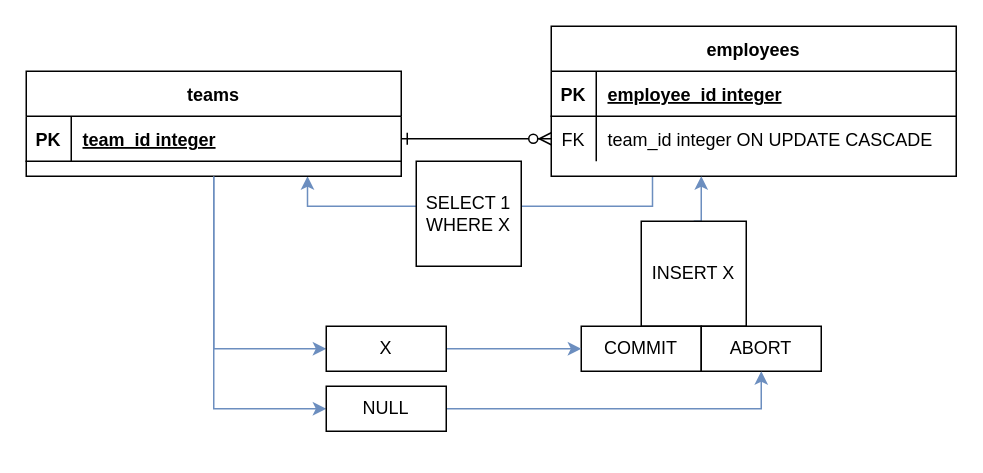
This is Restrict.drawio from mackchay/pg_FKtest, a draw.io file, before an edit. Source tidied: cells renumbered, new cells numbered last; positions are measured from the earlier drawing's top-left corner, leaving out a move shared by most shapes. Both pictures are drawn from the tidied source at 150%, with x=0, y=0 at pixel (26, 26).
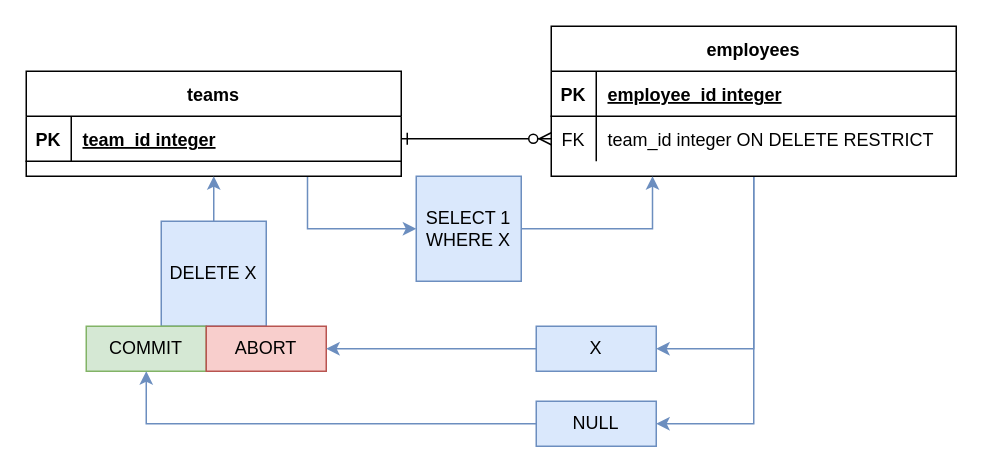
The same page after the edit.

The change refers to these unchanged cells:
```xml
<mxCell id="4" value="employees" style="shape=table;startSize=30;childLayout=tableLayout;rowLines=0;fontStyle=1;align=center;" parent="1" vertex="1">
  <mxGeometry x="350" width="270" height="100" as="geometry" />
</mxCell>
<mxCell id="5" style="shape=partialRectangle;fillColor=none;top=0;left=0;right=0;bottom=1;" parent="4" vertex="1">
  <mxGeometry y="30" width="270" height="30" as="geometry" />
</mxCell>
<mxCell id="8" style="shape=partialRectangle;fillColor=none;points=[[0,0.5],[1,0.5]];portConstraint=eastwest;top=0;left=0;right=0;bottom=0;" parent="4" vertex="1">
  <mxGeometry y="60" width="270" height="30" as="geometry" />
</mxCell>
<mxCell id="12" value="teams" style="shape=table;startSize=30;childLayout=tableLayout;rowLines=0;fontStyle=1;align=center;" parent="1" vertex="1">
  <mxGeometry y="30" width="250" height="70" as="geometry" />
</mxCell>
<mxCell id="13" style="shape=partialRectangle;fillColor=none;points=[[0,0.5],[1,0.5]];portConstraint=eastwest;top=0;left=0;right=0;bottom=1;" parent="12" vertex="1">
  <mxGeometry y="30" width="250" height="30" as="geometry" />
</mxCell>
```

Change to the diagram source:
```diff
@@
-    <mxCell id="3" style="edgeStyle=orthogonalEdgeStyle;rounded=0;jettySize=auto;html=1;exitX=0.25;exitY=1;exitDx=0;exitDy=0;entryX=0.75;entryY=1;entryDx=0;entryDy=0;fillColor=#dae8fc;strokeColor=#6c8ebf;" parent="1" edge="1" source="4" target="12">
-      <mxGeometry relative="1" as="geometry" />
-    </mxCell>
+    <mxCell id="26" style="edgeStyle=orthogonalEdgeStyle;rounded=0;jettySize=auto;html=1;exitX=0.5;exitY=1;exitDx=0;exitDy=0;entryX=1;entryY=0.5;entryDx=0;entryDy=0;fillColor=#dae8fc;strokeColor=#6c8ebf;" parent="1" edge="1" source="4" target="23">
+      <mxGeometry relative="1" as="geometry" />
+    </mxCell>
+    <mxCell id="27" style="edgeStyle=orthogonalEdgeStyle;rounded=0;jettySize=auto;html=1;exitX=0.5;exitY=1;exitDx=0;exitDy=0;entryX=1;entryY=0.5;entryDx=0;entryDy=0;fillColor=#dae8fc;strokeColor=#6c8ebf;" parent="1" edge="1" source="4" target="25">
+      <mxGeometry relative="1" as="geometry" />
+    </mxCell>
@@
-    <mxCell id="6" value="PK" style="shape=partialRectangle;overflow=hidden;fillColor=none;top=0;left=0;bottom=0;right=0;fontStyle=1;" parent="5" vertex="1">
-      <mxGeometry width="30" height="30" as="geometry" />
-    </mxCell>
+    <mxCell id="28" value="PK" style="shape=partialRectangle;overflow=hidden;fillColor=none;top=0;left=0;bottom=0;right=0;fontStyle=1;" parent="5" vertex="1">
+      <mxGeometry width="30" height="30" as="geometry" />
+    </mxCell>
@@
-    <mxCell id="10" value="team_id integer ON UPDATE CASCADE" style="shape=partialRectangle;overflow=hidden;fillColor=none;top=0;left=0;bottom=0;right=0;align=left;spacingLeft=6;" parent="8" vertex="1">
-      <mxGeometry x="30" width="240" height="30" as="geometry" />
-    </mxCell>
-    <mxCell id="11" style="edgeStyle=orthogonalEdgeStyle;rounded=0;jettySize=auto;html=1;exitX=0.5;exitY=1;exitDx=0;exitDy=0;entryX=0;entryY=0.5;entryDx=0;entryDy=0;fillColor=#dae8fc;strokeColor=#6c8ebf;" parent="1" edge="1" source="12" target="25">
-      <mxGeometry relative="1" as="geometry" />
-    </mxCell>
+    <mxCell id="29" value="team_id integer ON DELETE RESTRICT" style="shape=partialRectangle;overflow=hidden;fillColor=none;top=0;left=0;bottom=0;right=0;align=left;spacingLeft=6;" parent="8" vertex="1">
+      <mxGeometry x="30" width="240" height="30" as="geometry" />
+    </mxCell>
+    <mxCell id="30" style="edgeStyle=orthogonalEdgeStyle;rounded=0;jettySize=auto;html=1;exitX=0.75;exitY=1;exitDx=0;exitDy=0;entryX=0;entryY=0.5;entryDx=0;entryDy=0;fillColor=#dae8fc;strokeColor=#6c8ebf;" parent="1" edge="1" source="12" target="18">
+      <mxGeometry relative="1" as="geometry" />
+    </mxCell>
@@
-    <mxCell id="14" value="PK" style="shape=partialRectangle;overflow=hidden;fillColor=none;top=0;left=0;bottom=0;right=0;fontStyle=1;" parent="13" vertex="1">
-      <mxGeometry width="30" height="30" as="geometry" />
-    </mxCell>
+    <mxCell id="31" value="PK" style="shape=partialRectangle;overflow=hidden;fillColor=none;top=0;left=0;bottom=0;right=0;fontStyle=1;" parent="13" vertex="1">
+      <mxGeometry width="30" height="30" as="geometry" />
+    </mxCell>
@@
-    <mxCell id="16" style="edgeStyle=orthogonalEdgeStyle;rounded=0;jettySize=auto;html=1;exitX=0.5;exitY=0;exitDx=0;exitDy=0;fillColor=#dae8fc;strokeColor=#6c8ebf;" parent="1" edge="1" source="17">
-      <mxGeometry relative="1" as="geometry">
-        <mxPoint x="450" y="100" as="targetPoint" />
-      </mxGeometry>
-    </mxCell>
-    <mxCell id="17" value="INSERT X" style="whiteSpace=wrap;html=1;" parent="1" vertex="1">
-      <mxGeometry x="410" y="130" width="70" height="70" as="geometry" />
-    </mxCell>
+    <mxCell id="32" style="edgeStyle=orthogonalEdgeStyle;rounded=0;jettySize=auto;html=1;exitX=0.5;exitY=0;exitDx=0;exitDy=0;entryX=0.5;entryY=1;entryDx=0;entryDy=0;fillColor=#dae8fc;strokeColor=#6c8ebf;" parent="1" edge="1" source="33" target="12">
+      <mxGeometry relative="1" as="geometry" />
+    </mxCell>
+    <mxCell id="33" value="DELETE X" style="whiteSpace=wrap;html=1;fillColor=#dae8fc;strokeColor=#6c8ebf;" parent="1" vertex="1">
+      <mxGeometry x="90" y="130" width="70" height="70" as="geometry" />
+    </mxCell>
+    <mxCell id="34" style="edgeStyle=orthogonalEdgeStyle;rounded=0;jettySize=auto;html=1;exitX=1;exitY=0.5;exitDx=0;exitDy=0;entryX=0.25;entryY=1;entryDx=0;entryDy=0;fillColor=#dae8fc;strokeColor=#6c8ebf;" parent="1" edge="1" source="18" target="4">
+      <mxGeometry relative="1" as="geometry" />
+    </mxCell>
-    <mxCell id="18" value="SELECT 1&lt;div&gt;WHERE X&lt;/div&gt;" style="whiteSpace=wrap;html=1;" parent="1" vertex="1">
-      <mxGeometry x="260" y="90" width="70" height="70" as="geometry" />
+    <mxCell id="18" value="SELECT 1&lt;div&gt;WHERE X&lt;/div&gt;" style="whiteSpace=wrap;html=1;fillColor=#dae8fc;strokeColor=#6c8ebf;" parent="1" vertex="1">
+      <mxGeometry x="260" y="100" width="70" height="70" as="geometry" />
     </mxCell>
-    <mxCell id="19" value="COMMIT" style="rounded=0;whiteSpace=wrap;html=1;" parent="1" vertex="1">
-      <mxGeometry x="370" y="200" width="80" height="30" as="geometry" />
+    <mxCell id="19" value="COMMIT" style="rounded=0;whiteSpace=wrap;html=1;fillColor=#d5e8d4;strokeColor=#82b366;" parent="1" vertex="1">
+      <mxGeometry x="40" y="200" width="80" height="30" as="geometry" />
     </mxCell>
-    <mxCell id="20" value="ABORT" style="rounded=0;whiteSpace=wrap;html=1;" parent="1" vertex="1">
-      <mxGeometry x="450" y="200" width="80" height="30" as="geometry" />
+    <mxCell id="20" value="ABORT" style="rounded=0;whiteSpace=wrap;html=1;fillColor=#f8cecc;strokeColor=#b85450;" parent="1" vertex="1">
+      <mxGeometry x="120" y="200" width="80" height="30" as="geometry" />
     </mxCell>
-    <mxCell id="21" style="edgeStyle=orthogonalEdgeStyle;rounded=0;jettySize=auto;html=1;exitX=0.5;exitY=1;exitDx=0;exitDy=0;entryX=0;entryY=0.5;entryDx=0;entryDy=0;fillColor=#dae8fc;strokeColor=#6c8ebf;" parent="1" edge="1" source="12" target="23">
-      <mxGeometry relative="1" as="geometry" />
-    </mxCell>
-    <mxCell id="22" style="edgeStyle=orthogonalEdgeStyle;rounded=0;jettySize=auto;html=1;exitX=1;exitY=0.5;exitDx=0;exitDy=0;entryX=0;entryY=0.5;entryDx=0;entryDy=0;fillColor=#dae8fc;strokeColor=#6c8ebf;" parent="1" edge="1" source="23" target="19">
-      <mxGeometry relative="1" as="geometry" />
-    </mxCell>
+    <mxCell id="35" style="edgeStyle=orthogonalEdgeStyle;rounded=0;jettySize=auto;html=1;exitX=0;exitY=0.5;exitDx=0;exitDy=0;entryX=1;entryY=0.5;entryDx=0;entryDy=0;fillColor=#dae8fc;strokeColor=#6c8ebf;" parent="1" edge="1" source="23" target="20">
+      <mxGeometry relative="1" as="geometry" />
+    </mxCell>
-    <mxCell id="23" value="X" style="rounded=0;whiteSpace=wrap;html=1;" parent="1" vertex="1">
-      <mxGeometry x="200" y="200" width="80" height="30" as="geometry" />
+    <mxCell id="23" value="X" style="rounded=0;whiteSpace=wrap;html=1;fillColor=#dae8fc;strokeColor=#6c8ebf;" parent="1" vertex="1">
+      <mxGeometry x="340" y="200" width="80" height="30" as="geometry" />
     </mxCell>
-    <mxCell id="24" style="edgeStyle=orthogonalEdgeStyle;rounded=0;jettySize=auto;html=1;exitX=1;exitY=0.5;exitDx=0;exitDy=0;entryX=0.5;entryY=1;entryDx=0;entryDy=0;fillColor=#dae8fc;strokeColor=#6c8ebf;" parent="1" edge="1" source="25" target="20">
-      <mxGeometry relative="1" as="geometry" />
-    </mxCell>
+    <mxCell id="36" style="edgeStyle=orthogonalEdgeStyle;rounded=0;jettySize=auto;html=1;exitX=0;exitY=0.5;exitDx=0;exitDy=0;entryX=0.5;entryY=1;entryDx=0;entryDy=0;fillColor=#dae8fc;strokeColor=#6c8ebf;" parent="1" edge="1" source="25" target="19">
+      <mxGeometry relative="1" as="geometry" />
+    </mxCell>
-    <mxCell id="25" value="NULL" style="rounded=0;whiteSpace=wrap;html=1;" parent="1" vertex="1">
-      <mxGeometry x="200" y="240" width="80" height="30" as="geometry" />
+    <mxCell id="25" value="NULL" style="rounded=0;whiteSpace=wrap;html=1;fillColor=#dae8fc;strokeColor=#6c8ebf;" parent="1" vertex="1">
+      <mxGeometry x="340" y="250" width="80" height="30" as="geometry" />
     </mxCell>
```
